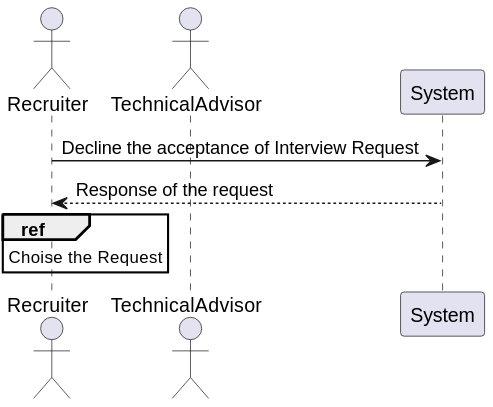
Before: documents/out/3-sequance/7-sequance_diagram_decline_acceptance/7-sequance_diagram_decline_acceptance.svg, a diagram exported from PlantUML (iBoukhenna/interview-managment-system). The source it was exported from:
```plantuml
@startuml
actor Recruiter
actor TechnicalAdvisor
participant System

Recruiter -> System: Decline the acceptance of Interview Request
System --> Recruiter: Response of the request
ref over Recruiter
    Choise the Request
end ref

@enduml
```
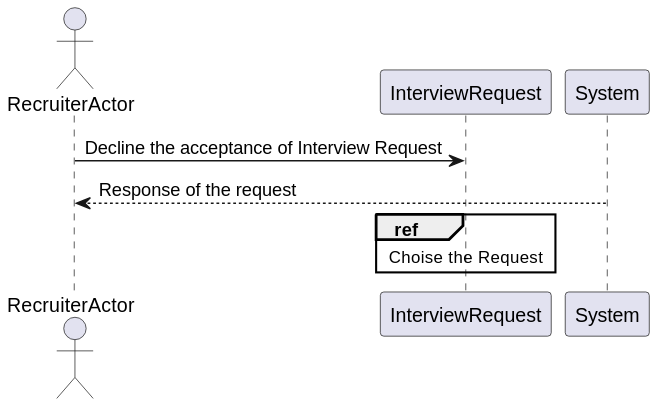
After the commit.

Diff of the diagram source:
```diff
@@ -1,11 +1,10 @@
 @startuml
-actor Recruiter
-actor TechnicalAdvisor
-participant System
+actor RecruiterActor
+participant InterviewRequest
 
-Recruiter -> System: Decline the acceptance of Interview Request
-System --> Recruiter: Response of the request
-ref over Recruiter
+RecruiterActor -> InterviewRequest: Decline the acceptance of Interview Request
+System --> RecruiterActor: Response of the request
+ref over InterviewRequest
     Choise the Request
 end ref
 
```
